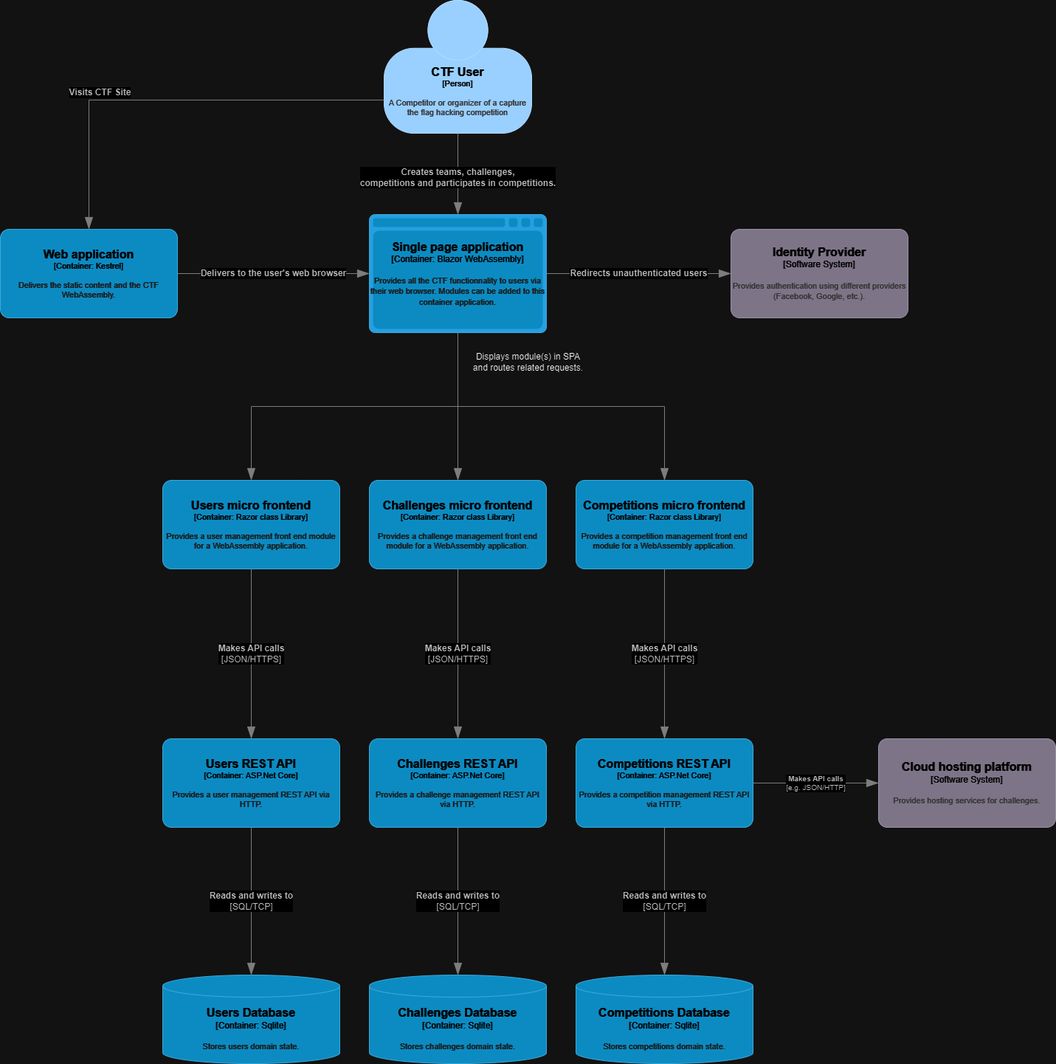
CurlyFire/ctf-sandbox keeps this draw.io diagram as images/C2.png. Above is the earlier version. Source tidied: cells renumbered, new cells last; positions are measured from the earlier drawing's top-left corner, leaving out a move shared by most shapes.
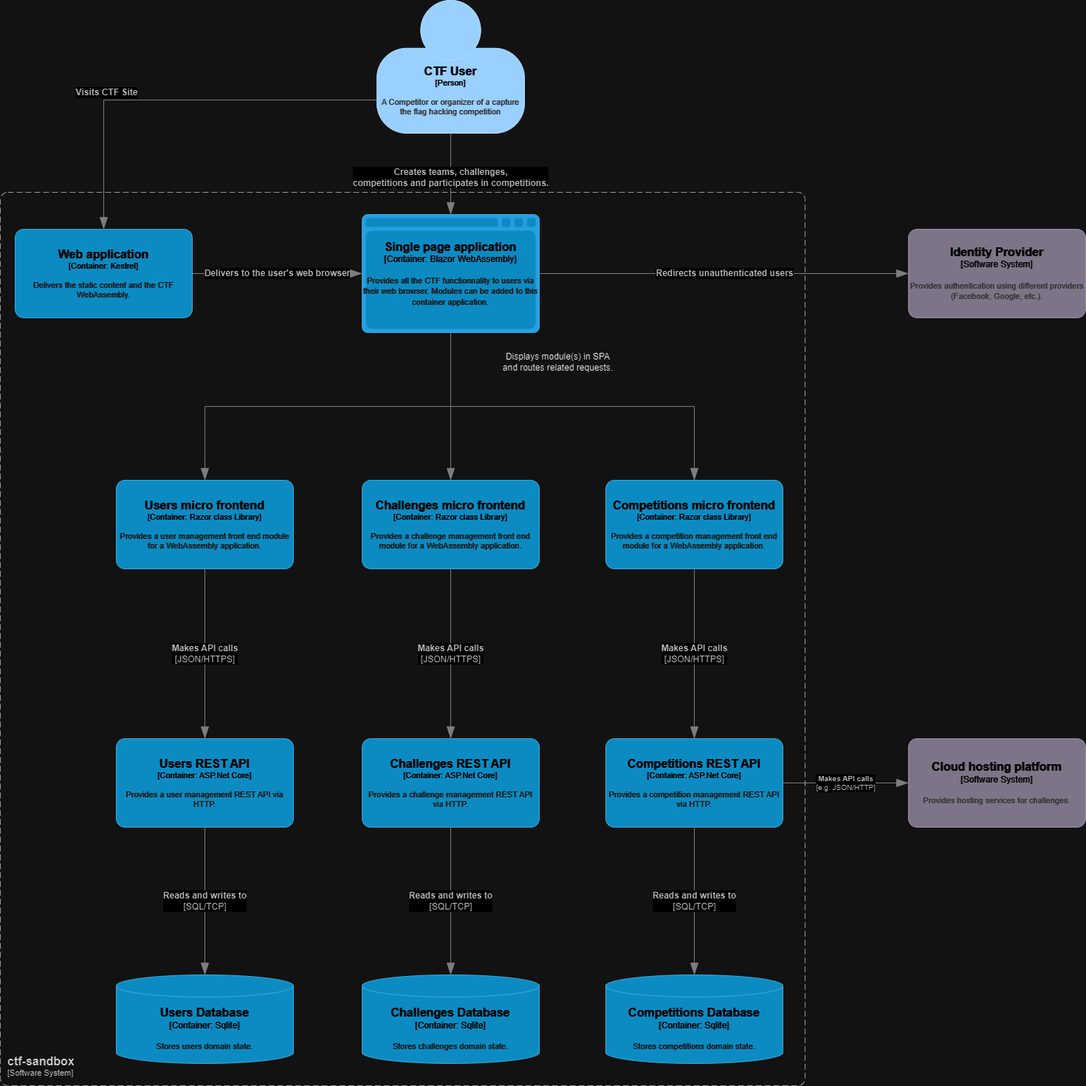
The same file after the commit.

What changed in the source:
```diff
@@ -4,37 +4,37 @@
     <mxCell id="1" parent="0" />
     <object id="2" label="&lt;font style=&quot;font-size: 16px&quot;&gt;&lt;b&gt;%c4Name%&lt;/b&gt;&lt;/font&gt;&lt;div&gt;[%c4Type%]&lt;/div&gt;&lt;br&gt;&lt;div&gt;&lt;font style=&quot;font-size: 11px&quot;&gt;&lt;font color=&quot;#cccccc&quot;&gt;%c4Description%&lt;/font&gt;&lt;/div&gt;" c4Description="A Competitor or organizer of a capture the flag hacking competition" c4Name="CTF User" c4Type="Person" placeholders="1">
       <mxCell style="html=1;fontSize=11;dashed=0;whiteSpace=wrap;fillColor=#083F75;strokeColor=#06315C;fontColor=#ffffff;shape=mxgraph.c4.person2;align=center;points=[[0.5,0,0],[1,0.5,0],[1,0.75,0],[0.75,1,0],[0.5,1,0],[0.25,1,0],[0,0.75,0],[0,0.5,0]];" parent="1" vertex="1">
-        <mxGeometry x="520" width="200" height="180" as="geometry" />
+        <mxGeometry x="470" width="200" height="180" as="geometry" />
       </mxCell>
     </object>
     <object id="3" label="&lt;font style=&quot;font-size: 16px&quot;&gt;&lt;b&gt;%c4Name%&lt;/b&gt;&lt;/font&gt;&lt;div&gt;[%c4Type%: %c4Technology%]&lt;/div&gt;&lt;br&gt;&lt;div&gt;&lt;font style=&quot;font-size: 11px&quot;&gt;&lt;font color=&quot;#E6E6E6&quot;&gt;%c4Description%&lt;/font&gt;&lt;/div&gt;" c4Description="Delivers the static content and the CTF WebAssembly." c4Name="Web application" c4Technology="Kestrel" c4Type="Container" placeholders="1">
       <mxCell style="rounded=1;whiteSpace=wrap;html=1;fontSize=11;labelBackgroundColor=none;fillColor=#23A2D9;fontColor=#ffffff;align=center;arcSize=10;strokeColor=#0E7DAD;points=[[0.25,0,0],[0.5,0,0],[0.75,0,0],[1,0.25,0],[1,0.5,0],[1,0.75,0],[0.75,1,0],[0.5,1,0],[0.25,1,0],[0,0.75,0],[0,0.5,0],[0,0.25,0]];" parent="1" vertex="1">
-        <mxGeometry y="310" width="240" height="120" as="geometry" />
+        <mxGeometry x="-20" y="310" width="240" height="120" as="geometry" />
       </mxCell>
     </object>
     <object id="4" label="&lt;font style=&quot;font-size: 16px&quot;&gt;&lt;b&gt;%c4Name%&lt;/b&gt;&lt;/font&gt;&lt;div&gt;[%c4Type%:&amp;nbsp;%c4Technology%]&lt;/div&gt;&lt;br&gt;&lt;div&gt;&lt;font style=&quot;font-size: 11px&quot;&gt;&lt;font color=&quot;#E6E6E6&quot;&gt;%c4Description%&lt;/font&gt;&lt;/div&gt;" c4Description="Provides all the CTF functionnality to users via their web browser.  Modules can be added to this container application." c4Name="Single page application" c4Technology="Blazor WebAssembly" c4Type="Container" placeholders="1">
       <mxCell style="shape=mxgraph.c4.webBrowserContainer2;whiteSpace=wrap;html=1;boundedLbl=1;rounded=0;labelBackgroundColor=none;strokeColor=#118ACD;fillColor=#23A2D9;strokeColor=#118ACD;strokeColor2=#0E7DAD;fontSize=12;fontColor=#ffffff;align=center;points=[[0.5,0,0],[1,0.25,0],[1,0.5,0],[1,0.75,0],[0.5,1,0],[0,0.75,0],[0,0.5,0],[0,0.25,0]];" parent="1" vertex="1">
-        <mxGeometry x="500" y="290" width="240" height="160" as="geometry" />
+        <mxGeometry x="450" y="290" width="240" height="160" as="geometry" />
       </mxCell>
     </object>
     <object id="5" label="&lt;font style=&quot;font-size: 16px&quot;&gt;&lt;b&gt;%c4Name%&lt;/b&gt;&lt;/font&gt;&lt;div&gt;[%c4Type%: %c4Technology%]&lt;/div&gt;&lt;br&gt;&lt;div&gt;&lt;font style=&quot;font-size: 11px&quot;&gt;&lt;font color=&quot;#E6E6E6&quot;&gt;%c4Description%&lt;/font&gt;&lt;/div&gt;" c4Description="Provides a user management front end module for a WebAssembly application." c4Name="Users micro frontend" c4Technology="Razor class Library" c4Type="Container" placeholders="1">
       <mxCell style="rounded=1;whiteSpace=wrap;html=1;fontSize=11;labelBackgroundColor=none;fillColor=#23A2D9;fontColor=#ffffff;align=center;arcSize=10;strokeColor=#0E7DAD;points=[[0.25,0,0],[0.5,0,0],[0.75,0,0],[1,0.25,0],[1,0.5,0],[1,0.75,0],[0.75,1,0],[0.5,1,0],[0.25,1,0],[0,0.75,0],[0,0.5,0],[0,0.25,0]];" parent="1" vertex="1">
-        <mxGeometry x="220" y="650" width="240" height="120" as="geometry" />
+        <mxGeometry x="117" y="650" width="240" height="120" as="geometry" />
       </mxCell>
     </object>
     <object id="6" label="&lt;font style=&quot;font-size: 16px&quot;&gt;&lt;b&gt;%c4Name%&lt;/b&gt;&lt;/font&gt;&lt;div&gt;[%c4Type%: %c4Technology%]&lt;/div&gt;&lt;br&gt;&lt;div&gt;&lt;font style=&quot;font-size: 11px&quot;&gt;&lt;font color=&quot;#E6E6E6&quot;&gt;%c4Description%&lt;/font&gt;&lt;/div&gt;" c4Description="Provides a user management REST API via HTTP." c4Name="Users REST API" c4Technology="ASP.Net Core" c4Type="Container" placeholders="1">
       <mxCell style="rounded=1;whiteSpace=wrap;html=1;fontSize=11;labelBackgroundColor=none;fillColor=#23A2D9;fontColor=#ffffff;align=center;arcSize=10;strokeColor=#0E7DAD;points=[[0.25,0,0],[0.5,0,0],[0.75,0,0],[1,0.25,0],[1,0.5,0],[1,0.75,0],[0.75,1,0],[0.5,1,0],[0.25,1,0],[0,0.75,0],[0,0.5,0],[0,0.25,0]];" parent="1" vertex="1">
-        <mxGeometry x="220" y="1000" width="240" height="120" as="geometry" />
+        <mxGeometry x="117" y="1000" width="240" height="120" as="geometry" />
       </mxCell>
     </object>
     <object id="7" label="&lt;font style=&quot;font-size: 16px&quot;&gt;&lt;b&gt;%c4Name%&lt;/b&gt;&lt;/font&gt;&lt;div&gt;[%c4Type%: %c4Technology%]&lt;/div&gt;&lt;br&gt;&lt;div&gt;&lt;font style=&quot;font-size: 11px&quot;&gt;&lt;font color=&quot;#E6E6E6&quot;&gt;%c4Description%&lt;/font&gt;&lt;/div&gt;" c4Description="Provides a challenge management front end module for a WebAssembly application." c4Name="Challenges micro frontend" c4Technology="Razor class Library" c4Type="Container" placeholders="1">
       <mxCell style="rounded=1;whiteSpace=wrap;html=1;fontSize=11;labelBackgroundColor=none;fillColor=#23A2D9;fontColor=#ffffff;align=center;arcSize=10;strokeColor=#0E7DAD;points=[[0.25,0,0],[0.5,0,0],[0.75,0,0],[1,0.25,0],[1,0.5,0],[1,0.75,0],[0.75,1,0],[0.5,1,0],[0.25,1,0],[0,0.75,0],[0,0.5,0],[0,0.25,0]];" parent="1" vertex="1">
-        <mxGeometry x="500" y="650" width="240" height="120" as="geometry" />
+        <mxGeometry x="450" y="650" width="240" height="120" as="geometry" />
       </mxCell>
     </object>
     <object id="8" label="&lt;font style=&quot;font-size: 16px&quot;&gt;&lt;b&gt;%c4Name%&lt;/b&gt;&lt;/font&gt;&lt;div&gt;[%c4Type%: %c4Technology%]&lt;/div&gt;&lt;br&gt;&lt;div&gt;&lt;font style=&quot;font-size: 11px&quot;&gt;&lt;font color=&quot;#E6E6E6&quot;&gt;%c4Description%&lt;/font&gt;&lt;/div&gt;" c4Description="Provides a challenge management REST API via HTTP." c4Name="Challenges REST API" c4Technology="ASP.Net Core" c4Type="Container" placeholders="1">
       <mxCell style="rounded=1;whiteSpace=wrap;html=1;fontSize=11;labelBackgroundColor=none;fillColor=#23A2D9;fontColor=#ffffff;align=center;arcSize=10;strokeColor=#0E7DAD;points=[[0.25,0,0],[0.5,0,0],[0.75,0,0],[1,0.25,0],[1,0.5,0],[1,0.75,0],[0.75,1,0],[0.5,1,0],[0.25,1,0],[0,0.75,0],[0,0.5,0],[0,0.25,0]];" parent="1" vertex="1">
-        <mxGeometry x="500" y="1000" width="240" height="120" as="geometry" />
+        <mxGeometry x="450" y="1000" width="240" height="120" as="geometry" />
       </mxCell>
     </object>
     <object id="9" label="&lt;font style=&quot;font-size: 16px&quot;&gt;&lt;b&gt;%c4Name%&lt;/b&gt;&lt;/font&gt;&lt;div&gt;[%c4Type%: %c4Technology%]&lt;/div&gt;&lt;br&gt;&lt;div&gt;&lt;font style=&quot;font-size: 11px&quot;&gt;&lt;font color=&quot;#E6E6E6&quot;&gt;%c4Description%&lt;/font&gt;&lt;/div&gt;" c4Description="Provides a competition management front end module for a WebAssembly application." c4Name="Competitions micro frontend" c4Technology="Razor class Library" c4Type="Container" placeholders="1">
@@ -49,7 +49,7 @@
     </object>
     <object id="11" label="&lt;font style=&quot;font-size: 16px&quot;&gt;&lt;b&gt;%c4Name%&lt;/b&gt;&lt;/font&gt;&lt;div&gt;[%c4Type%:&amp;nbsp;%c4Technology%]&lt;/div&gt;&lt;br&gt;&lt;div&gt;&lt;font style=&quot;font-size: 11px&quot;&gt;&lt;font color=&quot;#E6E6E6&quot;&gt;%c4Description%&lt;/font&gt;&lt;/div&gt;" c4Description="Stores users domain state." c4Name="Users Database" c4Technology="Sqlite" c4Type="Container" placeholders="1">
       <mxCell style="shape=cylinder3;size=15;whiteSpace=wrap;html=1;boundedLbl=1;rounded=0;labelBackgroundColor=none;fillColor=#23A2D9;fontSize=12;fontColor=#ffffff;align=center;strokeColor=#0E7DAD;points=[[0.5,0,0],[1,0.25,0],[1,0.5,0],[1,0.75,0],[0.5,1,0],[0,0.75,0],[0,0.5,0],[0,0.25,0]];" parent="1" vertex="1">
-        <mxGeometry x="220" y="1320" width="240" height="120" as="geometry" />
+        <mxGeometry x="117" y="1320" width="240" height="120" as="geometry" />
       </mxCell>
     </object>
     <object id="12" label="&lt;font style=&quot;font-size: 16px&quot;&gt;&lt;b&gt;%c4Name%&lt;/b&gt;&lt;/font&gt;&lt;div&gt;[%c4Type%:&amp;nbsp;%c4Technology%]&lt;/div&gt;&lt;br&gt;&lt;div&gt;&lt;font style=&quot;font-size: 11px&quot;&gt;&lt;font color=&quot;#E6E6E6&quot;&gt;%c4Description%&lt;/font&gt;&lt;/div&gt;" c4Description="Stores competitions domain state." c4Name="Competitions Database" c4Technology="Sqlite" c4Type="Container" placeholders="1">
@@ -59,7 +59,7 @@
     </object>
     <object id="13" label="&lt;font style=&quot;font-size: 16px&quot;&gt;&lt;b&gt;%c4Name%&lt;/b&gt;&lt;/font&gt;&lt;div&gt;[%c4Type%:&amp;nbsp;%c4Technology%]&lt;/div&gt;&lt;br&gt;&lt;div&gt;&lt;font style=&quot;font-size: 11px&quot;&gt;&lt;font color=&quot;#E6E6E6&quot;&gt;%c4Description%&lt;/font&gt;&lt;/div&gt;" c4Description="Stores challenges domain state." c4Name="Challenges Database" c4Technology="Sqlite" c4Type="Container" placeholders="1">
       <mxCell style="shape=cylinder3;size=15;whiteSpace=wrap;html=1;boundedLbl=1;rounded=0;labelBackgroundColor=none;fillColor=#23A2D9;fontSize=12;fontColor=#ffffff;align=center;strokeColor=#0E7DAD;points=[[0.5,0,0],[1,0.25,0],[1,0.5,0],[1,0.75,0],[0.5,1,0],[0,0.75,0],[0,0.5,0],[0,0.25,0]];" parent="1" vertex="1">
-        <mxGeometry x="500" y="1320" width="240" height="120" as="geometry" />
+        <mxGeometry x="450" y="1320" width="240" height="120" as="geometry" />
       </mxCell>
     </object>
     <object id="14" label="&lt;div style=&quot;text-align: left&quot;&gt;&lt;div style=&quot;text-align: center&quot;&gt;&lt;b&gt;%c4Description%&lt;/b&gt;&lt;/div&gt;&lt;/div&gt;" c4Description="Visits CTF Site" c4Type="Relationship" placeholders="1">
@@ -127,7 +127,7 @@
     </object>
     <object id="27" label="&lt;font style=&quot;font-size: 16px&quot;&gt;&lt;b&gt;%c4Name%&lt;/b&gt;&lt;/font&gt;&lt;div&gt;[%c4Type%]&lt;/div&gt;&lt;br&gt;&lt;div&gt;&lt;font style=&quot;font-size: 11px&quot;&gt;&lt;font color=&quot;#cccccc&quot;&gt;%c4Description%&lt;/font&gt;&lt;/div&gt;" c4Description="Provides authentication using different providers (Facebook, Google, etc.)." c4Name="Identity Provider" c4Type="Software System" placeholders="1">
       <mxCell style="rounded=1;whiteSpace=wrap;html=1;labelBackgroundColor=none;fillColor=#8C8496;fontColor=#ffffff;align=center;arcSize=10;strokeColor=#736782;points=[[0.25,0,0],[0.5,0,0],[0.75,0,0],[1,0.25,0],[1,0.5,0],[1,0.75,0],[0.75,1,0],[0.5,1,0],[0.25,1,0],[0,0.75,0],[0,0.5,0],[0,0.25,0]];" parent="1" vertex="1">
-        <mxGeometry x="990" y="310" width="240" height="120" as="geometry" />
+        <mxGeometry x="1190" y="310" width="240" height="120" as="geometry" />
       </mxCell>
     </object>
     <object id="28" label="&lt;div style=&quot;text-align: left&quot;&gt;&lt;div style=&quot;text-align: center&quot;&gt;&lt;b&gt;%c4Description%&lt;/b&gt;&lt;/div&gt;&lt;/div&gt;" c4Description="Redirects unauthenticated users" c4Type="Relationship" placeholders="1">
@@ -145,5 +145,10 @@
         <mxGeometry relative="1" as="geometry" />
       </mxCell>
     </object>
+    <object id="31" label="&lt;font style=&quot;font-size: 16px&quot;&gt;&lt;b&gt;&lt;div style=&quot;text-align: left&quot;&gt;%c4Name%&lt;/div&gt;&lt;/b&gt;&lt;/font&gt;&lt;div style=&quot;text-align: left&quot;&gt;[%c4Application%]&lt;/div&gt;" c4Application="Software System" c4Name="ctf-sandbox" c4Type="SystemScopeBoundary" placeholders="1">
+      <mxCell style="rounded=1;fontSize=11;whiteSpace=wrap;html=1;dashed=1;arcSize=20;fillColor=none;strokeColor=#666666;fontColor=#333333;labelBackgroundColor=none;align=left;verticalAlign=bottom;labelBorderColor=none;spacingTop=0;spacing=10;dashPattern=8 4;perimeter=rectanglePerimeter;noLabel=0;labelPadding=0;absoluteArcSize=1;" parent="1" vertex="1">
+        <mxGeometry x="-40" y="260" width="1090" height="1210" as="geometry" />
+      </mxCell>
+    </object>
   </root>
 </mxGraphModel>
```
